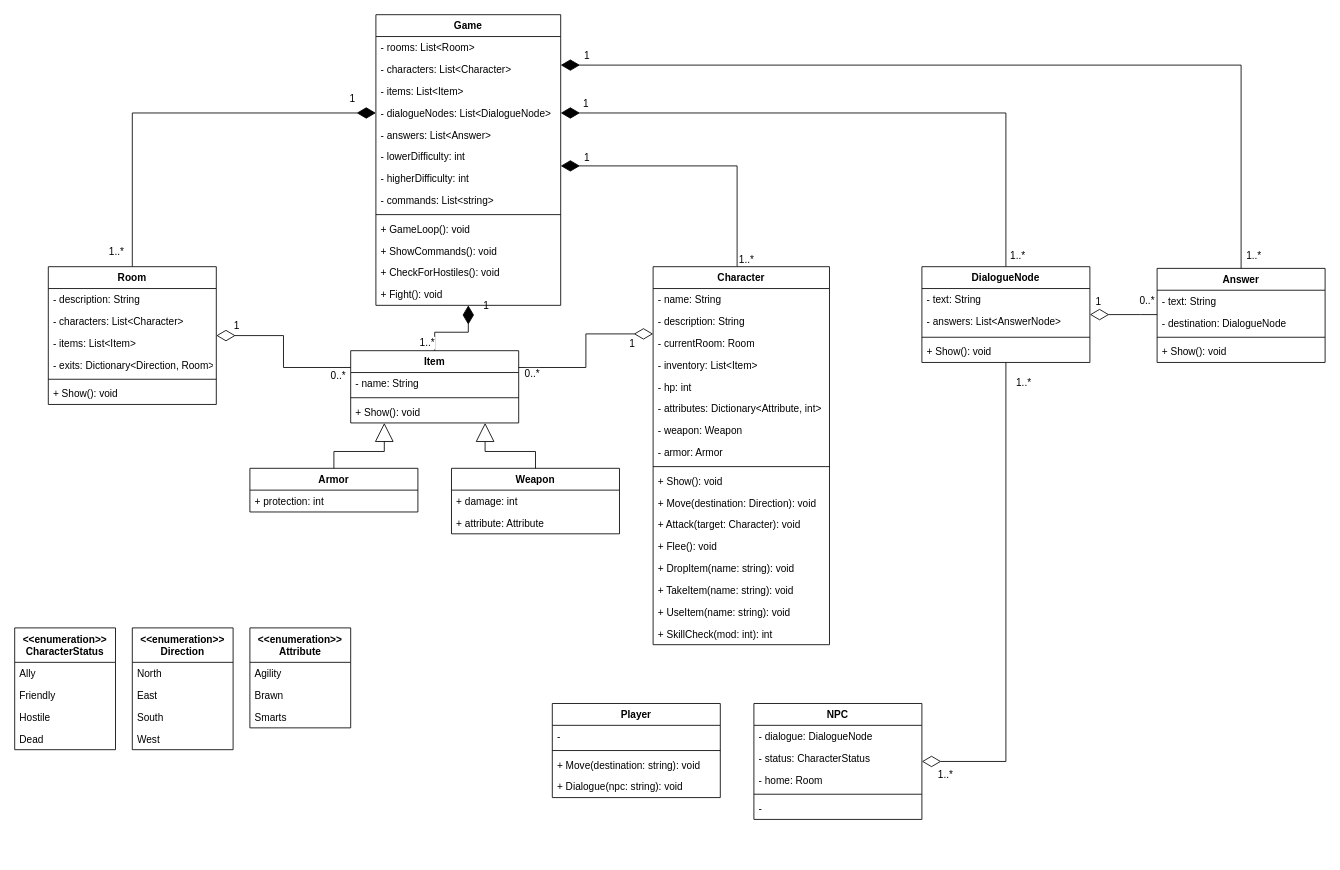
Before: page "Classes" (2 of 3) of Diagrams/Legends of Antir Diagrams.drawio in qogoist/LegendsOfAntir, a draw.io diagram. Source tidied: cells renumbered, new cells numbered last; positions are measured from the earlier drawing's top-left corner, leaving out a move shared by most shapes. Both pictures are drawn from the tidied source at 84%, with x=0, y=0 at pixel (14, 14).
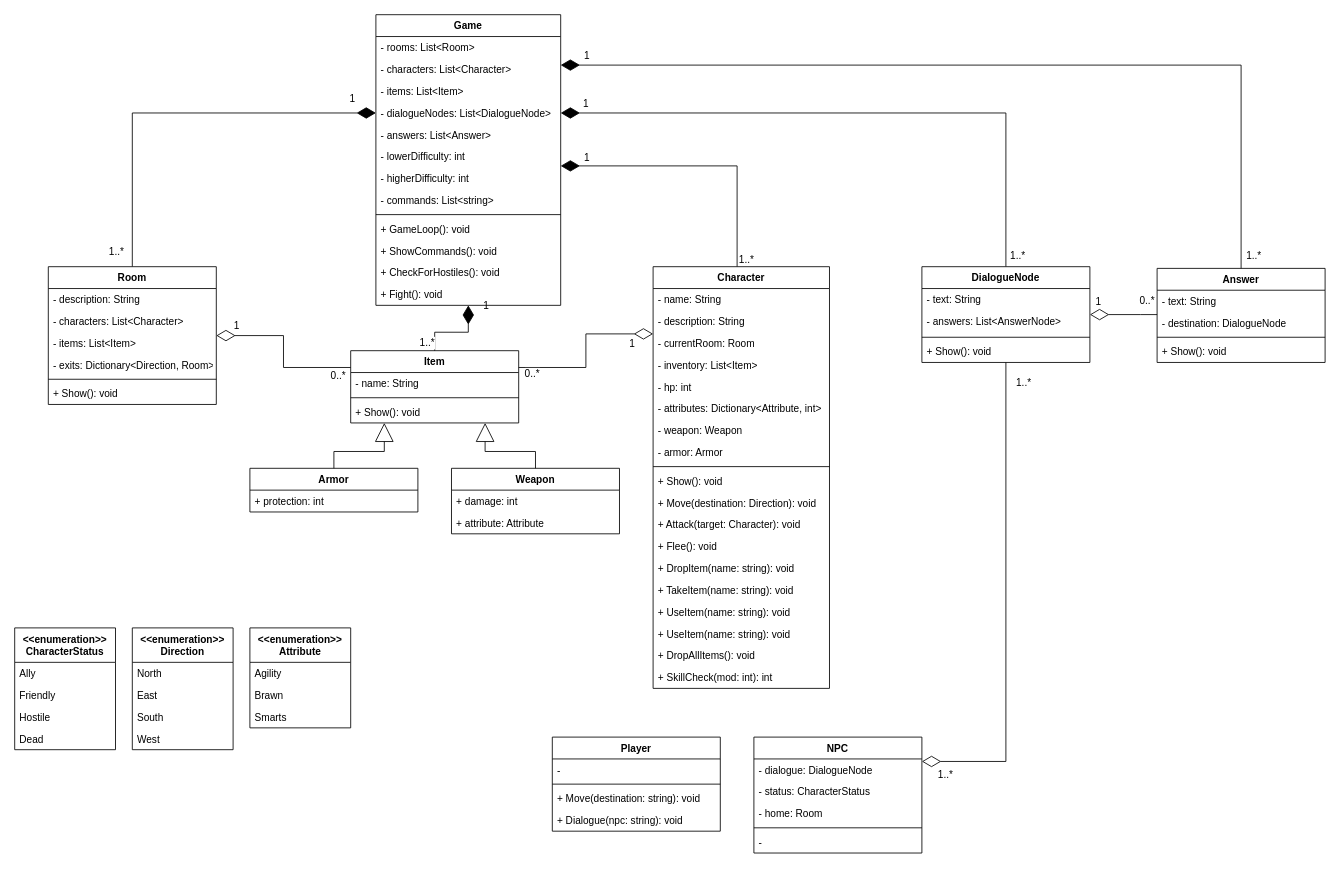
The same diagram, later.

Diff of the diagram source:
```diff
@@
     <mxCell id="15" value="Character" style="swimlane;fontStyle=1;align=center;verticalAlign=top;horizontal=1;startSize=26;" parent="1" vertex="1">
-      <mxGeometry x="760" y="300" width="210" height="450" as="geometry" />
+      <mxGeometry x="760" y="300" width="210" height="502" as="geometry" />
     </mxCell>
@@
+    <mxCell id="114" value="+ UseItem(name: string): void" style="text;strokeColor=none;fillColor=none;align=left;verticalAlign=top;spacingLeft=4;spacingRight=4;overflow=hidden;" parent="15" vertex="1">
+      <mxGeometry y="398" width="210" height="26" as="geometry" />
+    </mxCell>
     <mxCell id="31" value="+ UseItem(name: string): void" style="text;strokeColor=none;fillColor=none;align=left;verticalAlign=top;spacingLeft=4;spacingRight=4;overflow=hidden;" parent="15" vertex="1">
-      <mxGeometry y="398" width="210" height="26" as="geometry" />
+      <mxGeometry y="424" width="210" height="26" as="geometry" />
     </mxCell>
+    <mxCell id="115" value="+ DropAllItems(): void" style="text;strokeColor=none;fillColor=none;align=left;verticalAlign=top;spacingLeft=4;spacingRight=4;overflow=hidden;" parent="15" vertex="1">
+      <mxGeometry y="450" width="210" height="26" as="geometry" />
+    </mxCell>
     <mxCell id="32" value="+ SkillCheck(mod: int): int" style="text;strokeColor=none;fillColor=none;align=left;verticalAlign=top;spacingLeft=4;spacingRight=4;overflow=hidden;" parent="15" vertex="1">
-      <mxGeometry y="424" width="210" height="26" as="geometry" />
+      <mxGeometry y="476" width="210" height="26" as="geometry" />
     </mxCell>
     <mxCell id="33" value="NPC" style="swimlane;fontStyle=1;align=center;verticalAlign=top;horizontal=1;startSize=26;" parent="1" vertex="1">
-      <mxGeometry x="880" y="820" width="200" height="138" as="geometry" />
+      <mxGeometry x="880" y="860" width="200" height="138" as="geometry" />
     </mxCell>
@@
     <mxCell id="88" value="Player" style="swimlane;fontStyle=1;align=center;verticalAlign=top;horizontal=1;startSize=26;fillColor=none;" parent="1" vertex="1">
-      <mxGeometry x="640" y="820" width="200" height="112" as="geometry" />
+      <mxGeometry x="640" y="860" width="200" height="112" as="geometry" />
     </mxCell>
```
